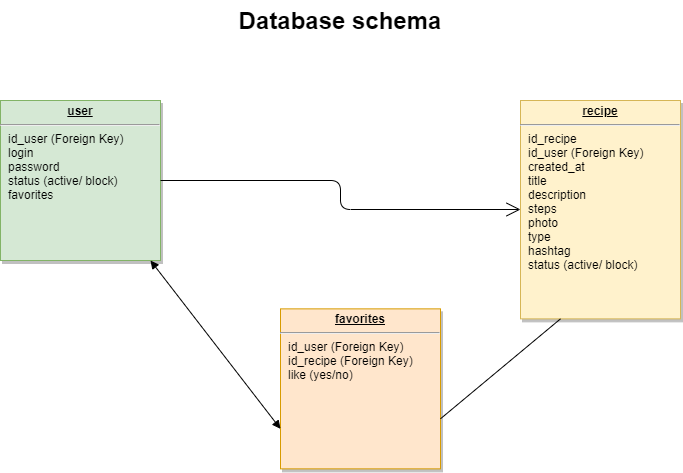
uzhegovaelena/recipes-project keeps this draw.io diagram as files/Database schema.drawio.png. Above is the earlier version. Source tidied: cells renumbered, new cells last; positions are measured from the earlier drawing's top-left corner, leaving out a move shared by most shapes.
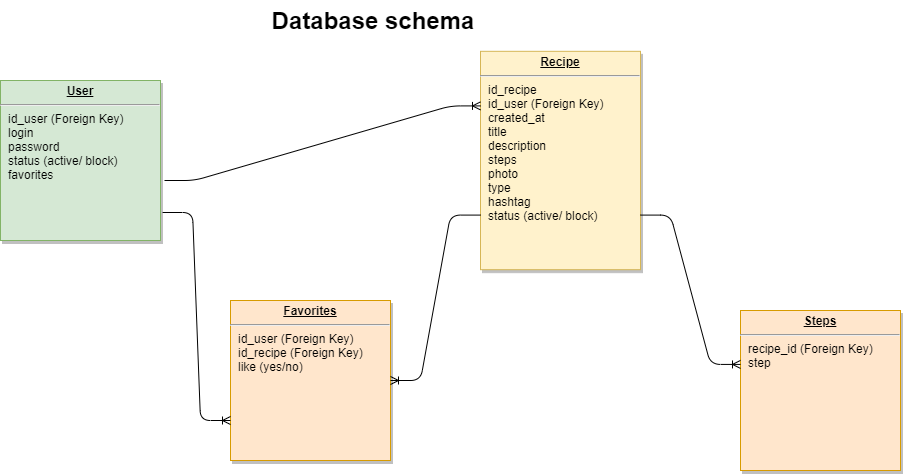
After the commit.

The edit, as a diff of the source:
```diff
@@ -2,30 +2,32 @@
   <root>
     <mxCell id="0" />
     <mxCell id="1" parent="0" />
-    <mxCell id="2" value="&lt;p style=&quot;margin: 0px ; margin-top: 4px ; text-align: center ; text-decoration: underline&quot;&gt;&lt;strong&gt;recipe&lt;/strong&gt;&lt;br&gt;&lt;/p&gt;&lt;hr&gt;&lt;p style=&quot;margin: 0px ; margin-left: 8px&quot;&gt;id_recipe&lt;/p&gt;&lt;p style=&quot;margin: 0px ; margin-left: 8px&quot;&gt;id_user (Foreign Key)&lt;/p&gt;&lt;p style=&quot;margin: 0px ; margin-left: 8px&quot;&gt;created_at&lt;/p&gt;&lt;p style=&quot;margin: 0px ; margin-left: 8px&quot;&gt;title&lt;/p&gt;&lt;p style=&quot;margin: 0px ; margin-left: 8px&quot;&gt;description&lt;/p&gt;&lt;p style=&quot;margin: 0px ; margin-left: 8px&quot;&gt;steps&lt;/p&gt;&lt;p style=&quot;margin: 0px ; margin-left: 8px&quot;&gt;photo&lt;/p&gt;&lt;p style=&quot;margin: 0px ; margin-left: 8px&quot;&gt;type&lt;/p&gt;&lt;p style=&quot;margin: 0px ; margin-left: 8px&quot;&gt;&lt;span&gt;hashtag&lt;/span&gt;&lt;br&gt;&lt;/p&gt;&lt;p style=&quot;margin: 0px ; margin-left: 8px&quot;&gt;status (active/ block)&lt;/p&gt;" style="verticalAlign=top;align=left;overflow=fill;fontSize=12;fontFamily=Helvetica;html=1;strokeColor=#d6b656;shadow=1;fillColor=#fff2cc;" parent="1" vertex="1">
-      <mxGeometry x="520" y="100" width="160" height="218.4" as="geometry" />
+    <mxCell id="2" value="&lt;p style=&quot;margin: 0px ; margin-top: 4px ; text-align: center ; text-decoration: underline&quot;&gt;&lt;strong&gt;Recipe&lt;/strong&gt;&lt;br&gt;&lt;/p&gt;&lt;hr&gt;&lt;p style=&quot;margin: 0px ; margin-left: 8px&quot;&gt;id_recipe&lt;/p&gt;&lt;p style=&quot;margin: 0px ; margin-left: 8px&quot;&gt;id_user (Foreign Key)&lt;/p&gt;&lt;p style=&quot;margin: 0px ; margin-left: 8px&quot;&gt;created_at&lt;/p&gt;&lt;p style=&quot;margin: 0px ; margin-left: 8px&quot;&gt;title&lt;/p&gt;&lt;p style=&quot;margin: 0px ; margin-left: 8px&quot;&gt;description&lt;/p&gt;&lt;p style=&quot;margin: 0px ; margin-left: 8px&quot;&gt;steps&lt;/p&gt;&lt;p style=&quot;margin: 0px ; margin-left: 8px&quot;&gt;photo&lt;/p&gt;&lt;p style=&quot;margin: 0px ; margin-left: 8px&quot;&gt;type&lt;/p&gt;&lt;p style=&quot;margin: 0px ; margin-left: 8px&quot;&gt;&lt;span&gt;hashtag&lt;/span&gt;&lt;br&gt;&lt;/p&gt;&lt;p style=&quot;margin: 0px ; margin-left: 8px&quot;&gt;status (active/ block)&lt;/p&gt;" style="verticalAlign=top;align=left;overflow=fill;fontSize=12;fontFamily=Helvetica;html=1;strokeColor=#d6b656;shadow=1;fillColor=#fff2cc;" parent="1" vertex="1">
+      <mxGeometry x="447" y="50.8" width="160" height="218.4" as="geometry" />
     </mxCell>
-    <mxCell id="3" value="&lt;p style=&quot;margin: 0px ; margin-top: 4px ; text-align: center ; text-decoration: underline&quot;&gt;&lt;b&gt;user&lt;/b&gt;&lt;/p&gt;&lt;hr&gt;&lt;p style=&quot;margin: 0px ; margin-left: 8px&quot;&gt;id_user (Foreign Key)&lt;/p&gt;&lt;p style=&quot;margin: 0px ; margin-left: 8px&quot;&gt;login&lt;/p&gt;&lt;p style=&quot;margin: 0px ; margin-left: 8px&quot;&gt;password&lt;/p&gt;&lt;p style=&quot;margin: 0px ; margin-left: 8px&quot;&gt;status (active/ block)&lt;/p&gt;&lt;p style=&quot;margin: 0px ; margin-left: 8px&quot;&gt;favorites&lt;/p&gt;" style="verticalAlign=top;align=left;overflow=fill;fontSize=12;fontFamily=Helvetica;html=1;shadow=1;fillColor=#d5e8d4;strokeColor=#82b366;" parent="1" vertex="1">
-      <mxGeometry y="100" width="160" height="160" as="geometry" />
+    <mxCell id="3" value="&lt;p style=&quot;margin: 0px ; margin-top: 4px ; text-align: center ; text-decoration: underline&quot;&gt;&lt;b&gt;User&lt;/b&gt;&lt;/p&gt;&lt;hr&gt;&lt;p style=&quot;margin: 0px ; margin-left: 8px&quot;&gt;id_user (Foreign Key)&lt;/p&gt;&lt;p style=&quot;margin: 0px ; margin-left: 8px&quot;&gt;login&lt;/p&gt;&lt;p style=&quot;margin: 0px ; margin-left: 8px&quot;&gt;password&lt;/p&gt;&lt;p style=&quot;margin: 0px ; margin-left: 8px&quot;&gt;status (active/ block)&lt;/p&gt;&lt;p style=&quot;margin: 0px ; margin-left: 8px&quot;&gt;favorites&lt;/p&gt;" style="verticalAlign=top;align=left;overflow=fill;fontSize=12;fontFamily=Helvetica;html=1;shadow=1;fillColor=#d5e8d4;strokeColor=#82b366;" parent="1" vertex="1">
+      <mxGeometry x="-33" y="80" width="160" height="160" as="geometry" />
     </mxCell>
-    <mxCell id="4" style="endArrow=open;endSize=12;startArrow=none;startSize=14;startFill=0;edgeStyle=orthogonalEdgeStyle;" parent="1" edge="1" source="3">
-      <mxGeometry x="653" y="458.4" as="geometry">
-        <mxPoint x="520" y="209" as="targetPoint" />
-      </mxGeometry>
-    </mxCell>
-    <mxCell id="5" value="&lt;p style=&quot;margin: 0px ; margin-top: 4px ; text-align: center ; text-decoration: underline&quot;&gt;&lt;b&gt;favorites&lt;/b&gt;&lt;/p&gt;&lt;hr&gt;&lt;p style=&quot;margin: 0px ; margin-left: 8px&quot;&gt;id_user (Foreign Key)&lt;/p&gt;&lt;p style=&quot;margin: 0px ; margin-left: 8px&quot;&gt;id_recipe&amp;nbsp;(Foreign Key)&amp;nbsp;&lt;/p&gt;&lt;p style=&quot;margin: 0px ; margin-left: 8px&quot;&gt;like (yes/no)&lt;/p&gt;&lt;p style=&quot;margin: 0px ; margin-left: 8px&quot;&gt;&lt;br&gt;&lt;/p&gt;" style="verticalAlign=top;align=left;overflow=fill;fontSize=12;fontFamily=Helvetica;html=1;shadow=1;fillColor=#ffe6cc;strokeColor=#d79b00;" parent="1" vertex="1">
-      <mxGeometry x="280" y="308.4" width="160" height="160" as="geometry" />
+    <mxCell id="5" value="&lt;p style=&quot;margin: 0px ; margin-top: 4px ; text-align: center ; text-decoration: underline&quot;&gt;&lt;b&gt;Favorites&lt;/b&gt;&lt;/p&gt;&lt;hr&gt;&lt;p style=&quot;margin: 0px ; margin-left: 8px&quot;&gt;id_user (Foreign Key)&lt;/p&gt;&lt;p style=&quot;margin: 0px ; margin-left: 8px&quot;&gt;id_recipe&amp;nbsp;(Foreign Key)&amp;nbsp;&lt;/p&gt;&lt;p style=&quot;margin: 0px ; margin-left: 8px&quot;&gt;like (yes/no)&lt;/p&gt;&lt;p style=&quot;margin: 0px ; margin-left: 8px&quot;&gt;&lt;br&gt;&lt;/p&gt;" style="verticalAlign=top;align=left;overflow=fill;fontSize=12;fontFamily=Helvetica;html=1;shadow=1;fillColor=#ffe6cc;strokeColor=#d79b00;" parent="1" vertex="1">
+      <mxGeometry x="197" y="300" width="160" height="160" as="geometry" />
     </mxCell>
-    <mxCell id="6" style="endArrow=block;startArrow=block;endFill=1;startFill=1;html=1;entryX=0;entryY=0.75;entryDx=0;entryDy=0;rounded=1;exitX=0;exitY=0.75;exitDx=0;exitDy=0;" parent="1" edge="1" source="5">
-      <mxGeometry relative="1" as="geometry">
-        <mxPoint x="150" y="260" as="targetPoint" />
-      </mxGeometry>
-    </mxCell>
-    <mxCell id="7" style="endArrow=none;html=1;entryX=0.25;entryY=1;entryDx=0;entryDy=0;exitX=1;exitY=0.687;exitDx=0;exitDy=0;exitPerimeter=0;" parent="1" edge="1" source="5" target="2">
-      <mxGeometry relative="1" as="geometry" />
-    </mxCell>
     <mxCell id="8" value="Database schema" style="text;html=1;strokeColor=none;fillColor=none;align=center;verticalAlign=middle;whiteSpace=wrap;rounded=0;fontSize=24;fontStyle=1;" parent="1" vertex="1">
       <mxGeometry x="215" width="250" height="40" as="geometry" />
     </mxCell>
+    <mxCell id="9" value="&lt;p style=&quot;margin: 0px ; margin-top: 4px ; text-align: center ; text-decoration: underline&quot;&gt;&lt;b&gt;Steps&lt;/b&gt;&lt;/p&gt;&lt;hr&gt;&lt;p style=&quot;margin: 0px ; margin-left: 8px&quot;&gt;&lt;span&gt;recipe_id (Foreign Key)&amp;nbsp;&lt;/span&gt;&lt;br&gt;&lt;/p&gt;&lt;p style=&quot;margin: 0px ; margin-left: 8px&quot;&gt;step&lt;/p&gt;&lt;p style=&quot;margin: 0px ; margin-left: 8px&quot;&gt;&lt;br&gt;&lt;/p&gt;" style="verticalAlign=top;align=left;overflow=fill;fontSize=12;fontFamily=Helvetica;html=1;shadow=1;fillColor=#ffe6cc;strokeColor=#d79b00;" parent="1" vertex="1">
+      <mxGeometry x="707" y="310" width="160" height="160" as="geometry" />
+    </mxCell>
+    <mxCell id="10" style="edgeStyle=entityRelationEdgeStyle;fontSize=12;html=1;endArrow=ERoneToMany;entryX=0;entryY=0.25;entryDx=0;entryDy=0;exitX=1.025;exitY=0.625;exitDx=0;exitDy=0;exitPerimeter=0;" parent="1" edge="1" source="3" target="2">
+      <mxGeometry relative="1" as="geometry" />
+    </mxCell>
+    <mxCell id="11" style="edgeStyle=entityRelationEdgeStyle;fontSize=12;html=1;endArrow=ERoneToMany;entryX=0;entryY=0.337;entryDx=0;entryDy=0;entryPerimeter=0;exitX=1;exitY=0.75;exitDx=0;exitDy=0;" parent="1" edge="1" source="2" target="9">
+      <mxGeometry relative="1" as="geometry" />
+    </mxCell>
+    <mxCell id="12" style="edgeStyle=entityRelationEdgeStyle;fontSize=12;html=1;endArrow=ERoneToMany;entryX=1;entryY=0.5;entryDx=0;entryDy=0;exitX=0;exitY=0.75;exitDx=0;exitDy=0;" parent="1" edge="1" source="2" target="5">
+      <mxGeometry relative="1" as="geometry" />
+    </mxCell>
+    <mxCell id="13" style="edgeStyle=entityRelationEdgeStyle;fontSize=12;html=1;endArrow=ERoneToMany;entryX=0;entryY=0.75;entryDx=0;entryDy=0;exitX=1.013;exitY=0.825;exitDx=0;exitDy=0;exitPerimeter=0;" parent="1" edge="1" source="3" target="5">
+      <mxGeometry relative="1" as="geometry" />
+    </mxCell>
   </root>
 </mxGraphModel>
```
